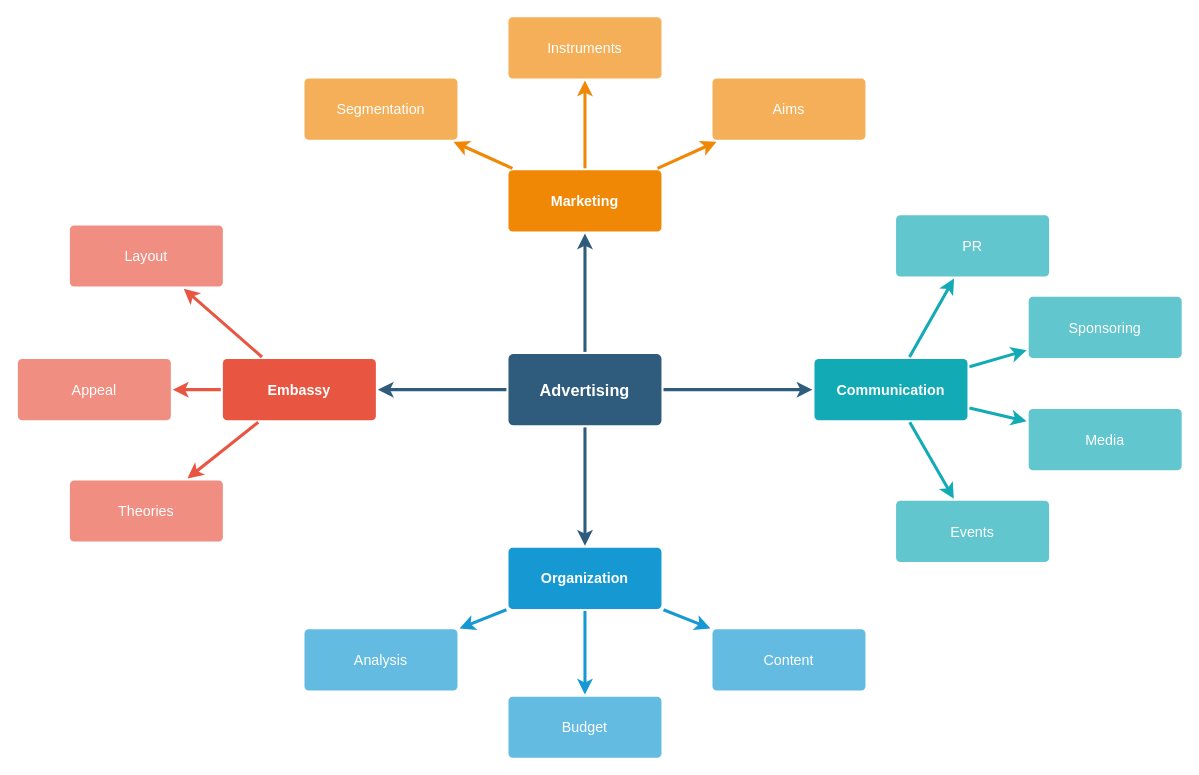
This is 购物车能力.drawio from mingtian110/pc_home, a draw.io file, before an edit. Source tidied: cells renumbered, new cells numbered last; positions are measured from the earlier drawing's top-left corner, leaving out a move shared by most shapes. Both pictures are drawn from the tidied source at 102%, with x=0, y=0 at pixel (17, 16).
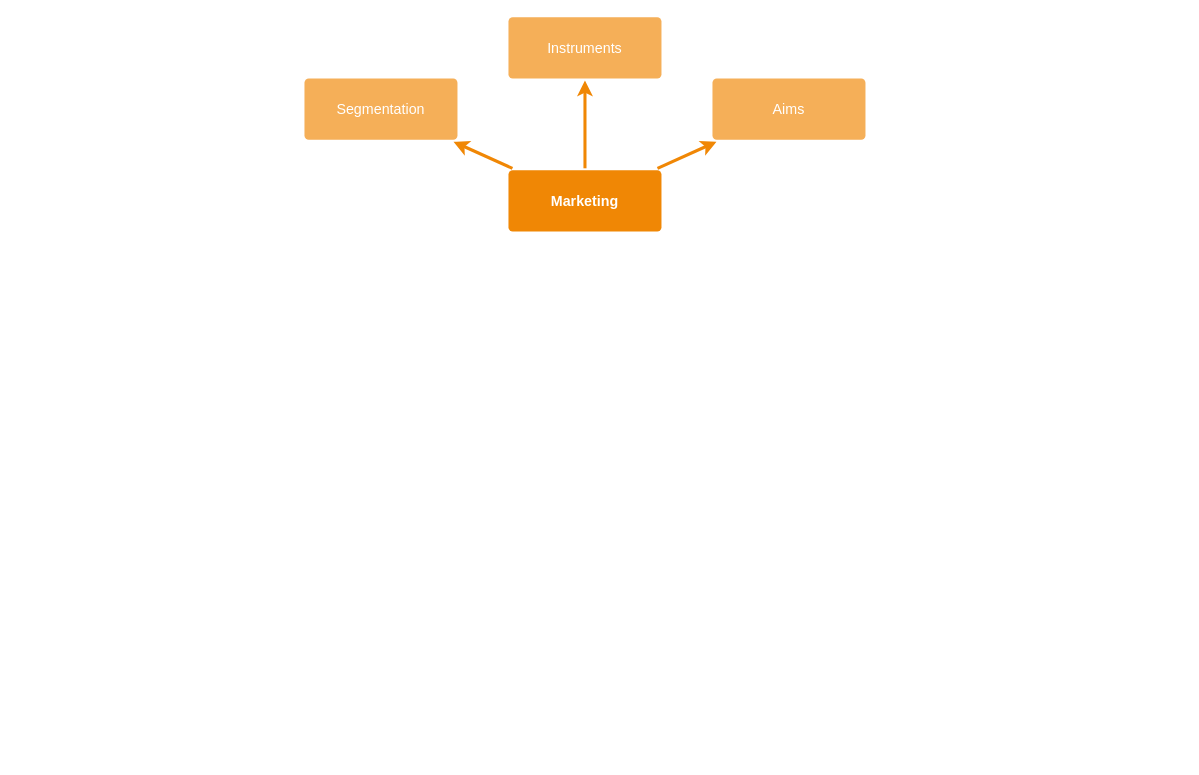
The same page after the edit.

Commit message:
更新购物车能力.drawio

The change refers to these unchanged cells:
```xml
<mxCell id="21" value="Marketing" style="rounded=1;whiteSpace=wrap;html=1;shadow=0;labelBackgroundColor=none;strokeColor=none;strokeWidth=3;fillColor=#F08705;fontFamily=Helvetica;fontSize=14;fontColor=#FFFFFF;align=center;spacing=5;fontStyle=1;arcSize=7;perimeterSpacing=2;" parent="1" vertex="1">
  <mxGeometry x="481" y="150.5" width="150" height="60" as="geometry" />
</mxCell>
```

What changed in the source:
```diff
@@
-    <mxCell id="2" style="edgeStyle=none;rounded=0;jumpStyle=none;html=1;shadow=0;labelBackgroundColor=none;startArrow=none;startFill=0;endArrow=classic;endFill=1;jettySize=auto;strokeColor=#2F5B7C;strokeWidth=3;fontFamily=Helvetica;fontSize=16;fontColor=#23445D;spacing=5;" parent="1" edge="1" source="6" target="21">
-      <mxGeometry relative="1" as="geometry" />
-    </mxCell>
-    <mxCell id="3" style="edgeStyle=none;rounded=0;jumpStyle=none;html=1;shadow=0;labelBackgroundColor=none;startArrow=none;startFill=0;endArrow=classic;endFill=1;jettySize=auto;strokeColor=#2F5B7C;strokeWidth=3;fontFamily=Helvetica;fontSize=16;fontColor=#23445D;spacing=5;" parent="1" edge="1" source="6" target="28">
-      <mxGeometry relative="1" as="geometry" />
-    </mxCell>
-    <mxCell id="4" style="edgeStyle=none;rounded=0;jumpStyle=none;html=1;shadow=0;labelBackgroundColor=none;startArrow=none;startFill=0;endArrow=classic;endFill=1;jettySize=auto;strokeColor=#2F5B7C;strokeWidth=3;fontFamily=Helvetica;fontSize=16;fontColor=#23445D;spacing=5;" parent="1" edge="1" source="6" target="17">
-      <mxGeometry relative="1" as="geometry" />
-    </mxCell>
-    <mxCell id="5" style="edgeStyle=none;rounded=0;jumpStyle=none;html=1;shadow=0;labelBackgroundColor=none;startArrow=none;startFill=0;endArrow=classic;endFill=1;jettySize=auto;strokeColor=#2F5B7C;strokeWidth=3;fontFamily=Helvetica;fontSize=16;fontColor=#23445D;spacing=5;" parent="1" edge="1" source="6" target="10">
-      <mxGeometry relative="1" as="geometry" />
-    </mxCell>
-    <mxCell id="6" value="Advertising" style="rounded=1;whiteSpace=wrap;html=1;shadow=0;labelBackgroundColor=none;strokeColor=none;strokeWidth=3;fillColor=#2F5B7C;fontFamily=Helvetica;fontSize=16;fontColor=#FFFFFF;align=center;fontStyle=1;spacing=5;arcSize=7;perimeterSpacing=2;" parent="1" vertex="1">
-      <mxGeometry x="481" y="330.5" width="150" height="70" as="geometry" />
-    </mxCell>
-    <mxCell id="7" style="edgeStyle=none;rounded=1;jumpStyle=none;html=1;shadow=0;labelBackgroundColor=none;startArrow=none;startFill=0;jettySize=auto;strokeColor=#E85642;strokeWidth=3;fontFamily=Helvetica;fontSize=14;fontColor=#FFFFFF;spacing=5;fontStyle=1;fillColor=#b0e3e6;" parent="1" edge="1" source="10" target="13">
-      <mxGeometry relative="1" as="geometry" />
-    </mxCell>
-    <mxCell id="8" style="edgeStyle=none;rounded=1;jumpStyle=none;html=1;shadow=0;labelBackgroundColor=none;startArrow=none;startFill=0;jettySize=auto;strokeColor=#E85642;strokeWidth=3;fontFamily=Helvetica;fontSize=14;fontColor=#FFFFFF;spacing=5;fontStyle=1;fillColor=#b0e3e6;" parent="1" edge="1" source="10" target="12">
-      <mxGeometry relative="1" as="geometry" />
-    </mxCell>
-    <mxCell id="9" style="edgeStyle=none;rounded=1;jumpStyle=none;html=1;shadow=0;labelBackgroundColor=none;startArrow=none;startFill=0;jettySize=auto;strokeColor=#E85642;strokeWidth=3;fontFamily=Helvetica;fontSize=14;fontColor=#FFFFFF;spacing=5;fontStyle=1;fillColor=#b0e3e6;" parent="1" edge="1" source="10" target="11">
-      <mxGeometry relative="1" as="geometry" />
-    </mxCell>
-    <mxCell id="10" value="Embassy" style="rounded=1;whiteSpace=wrap;html=1;shadow=0;labelBackgroundColor=none;strokeColor=none;strokeWidth=3;fillColor=#e85642;fontFamily=Helvetica;fontSize=14;fontColor=#FFFFFF;align=center;spacing=5;fontStyle=1;arcSize=7;perimeterSpacing=2;" parent="1" vertex="1">
-      <mxGeometry x="201" y="335.5" width="150" height="60" as="geometry" />
-    </mxCell>
-    <mxCell id="11" value="Theories" style="rounded=1;whiteSpace=wrap;html=1;shadow=0;labelBackgroundColor=none;strokeColor=none;strokeWidth=3;fillColor=#f08e81;fontFamily=Helvetica;fontSize=14;fontColor=#FFFFFF;align=center;spacing=5;fontStyle=0;arcSize=7;perimeterSpacing=2;" parent="1" vertex="1">
-      <mxGeometry x="51" y="454.5" width="150" height="60" as="geometry" />
-    </mxCell>
-    <mxCell id="12" value="Appeal" style="rounded=1;whiteSpace=wrap;html=1;shadow=0;labelBackgroundColor=none;strokeColor=none;strokeWidth=3;fillColor=#f08e81;fontFamily=Helvetica;fontSize=14;fontColor=#FFFFFF;align=center;spacing=5;fontStyle=0;arcSize=7;perimeterSpacing=2;" parent="1" vertex="1">
-      <mxGeometry y="335.5" width="150" height="60" as="geometry" />
-    </mxCell>
-    <mxCell id="13" value="Layout" style="rounded=1;whiteSpace=wrap;html=1;shadow=0;labelBackgroundColor=none;strokeColor=none;strokeWidth=3;fillColor=#f08e81;fontFamily=Helvetica;fontSize=14;fontColor=#FFFFFF;align=center;spacing=5;fontStyle=0;arcSize=7;perimeterSpacing=2;" parent="1" vertex="1">
-      <mxGeometry x="51" y="204.5" width="150" height="60" as="geometry" />
-    </mxCell>
-    <mxCell id="14" style="edgeStyle=none;rounded=0;jumpStyle=none;html=1;shadow=0;labelBackgroundColor=none;startArrow=none;startFill=0;endArrow=classic;endFill=1;jettySize=auto;strokeColor=#1699D3;strokeWidth=3;fontFamily=Helvetica;fontSize=14;fontColor=#FFFFFF;spacing=5;" parent="1" edge="1" source="17" target="20">
-      <mxGeometry relative="1" as="geometry" />
-    </mxCell>
-    <mxCell id="15" style="edgeStyle=none;rounded=0;jumpStyle=none;html=1;shadow=0;labelBackgroundColor=none;startArrow=none;startFill=0;endArrow=classic;endFill=1;jettySize=auto;strokeColor=#1699D3;strokeWidth=3;fontFamily=Helvetica;fontSize=14;fontColor=#FFFFFF;spacing=5;" parent="1" edge="1" source="17" target="19">
-      <mxGeometry relative="1" as="geometry" />
-    </mxCell>
-    <mxCell id="16" style="edgeStyle=none;rounded=0;jumpStyle=none;html=1;shadow=0;labelBackgroundColor=none;startArrow=none;startFill=0;endArrow=classic;endFill=1;jettySize=auto;strokeColor=#1699D3;strokeWidth=3;fontFamily=Helvetica;fontSize=14;fontColor=#FFFFFF;spacing=5;" parent="1" edge="1" source="17" target="18">
-      <mxGeometry relative="1" as="geometry" />
-    </mxCell>
-    <mxCell id="17" value="Organization" style="rounded=1;whiteSpace=wrap;html=1;shadow=0;labelBackgroundColor=none;strokeColor=none;strokeWidth=3;fillColor=#1699d3;fontFamily=Helvetica;fontSize=14;fontColor=#FFFFFF;align=center;spacing=5;fontStyle=1;arcSize=7;perimeterSpacing=2;" parent="1" vertex="1">
-      <mxGeometry x="481" y="520.5" width="150" height="60" as="geometry" />
-    </mxCell>
-    <mxCell id="18" value="Content" style="rounded=1;whiteSpace=wrap;html=1;shadow=0;labelBackgroundColor=none;strokeColor=none;strokeWidth=3;fillColor=#64bbe2;fontFamily=Helvetica;fontSize=14;fontColor=#FFFFFF;align=center;spacing=5;arcSize=7;perimeterSpacing=2;" parent="1" vertex="1">
-      <mxGeometry x="681" y="600.5" width="150" height="60" as="geometry" />
-    </mxCell>
-    <mxCell id="19" value="Budget" style="rounded=1;whiteSpace=wrap;html=1;shadow=0;labelBackgroundColor=none;strokeColor=none;strokeWidth=3;fillColor=#64bbe2;fontFamily=Helvetica;fontSize=14;fontColor=#FFFFFF;align=center;spacing=5;arcSize=7;perimeterSpacing=2;" parent="1" vertex="1">
-      <mxGeometry x="481" y="666.5" width="150" height="60" as="geometry" />
-    </mxCell>
-    <mxCell id="20" value="Analysis" style="rounded=1;whiteSpace=wrap;html=1;shadow=0;labelBackgroundColor=none;strokeColor=none;strokeWidth=3;fillColor=#64bbe2;fontFamily=Helvetica;fontSize=14;fontColor=#FFFFFF;align=center;spacing=5;arcSize=7;perimeterSpacing=2;" parent="1" vertex="1">
-      <mxGeometry x="281" y="600.5" width="150" height="60" as="geometry" />
-    </mxCell>
@@
-    <mxCell id="28" value="Communication" style="rounded=1;whiteSpace=wrap;html=1;shadow=0;labelBackgroundColor=none;strokeColor=none;strokeWidth=3;fillColor=#12aab5;fontFamily=Helvetica;fontSize=14;fontColor=#FFFFFF;align=center;spacing=5;fontStyle=1;arcSize=7;perimeterSpacing=2;" parent="1" vertex="1">
-      <mxGeometry x="781" y="335.5" width="150" height="60" as="geometry" />
-    </mxCell>
-    <mxCell id="29" value="Events" style="rounded=1;whiteSpace=wrap;html=1;shadow=0;labelBackgroundColor=none;strokeColor=none;strokeWidth=3;fillColor=#61c6ce;fontFamily=Helvetica;fontSize=14;fontColor=#FFFFFF;align=center;spacing=5;fontStyle=0;arcSize=7;perimeterSpacing=2;" parent="1" vertex="1">
-      <mxGeometry x="861" y="474.5" width="150" height="60" as="geometry" />
-    </mxCell>
-    <mxCell id="30" style="edgeStyle=none;rounded=1;jumpStyle=none;html=1;shadow=0;labelBackgroundColor=none;startArrow=none;startFill=0;jettySize=auto;strokeColor=#12AAB5;strokeWidth=3;fontFamily=Helvetica;fontSize=14;fontColor=#FFFFFF;spacing=5;fontStyle=1;fillColor=#b0e3e6;" parent="1" edge="1" source="28" target="29">
-      <mxGeometry relative="1" as="geometry" />
-    </mxCell>
-    <mxCell id="31" value="Media" style="rounded=1;whiteSpace=wrap;html=1;shadow=0;labelBackgroundColor=none;strokeColor=none;strokeWidth=3;fillColor=#61c6ce;fontFamily=Helvetica;fontSize=14;fontColor=#FFFFFF;align=center;spacing=5;fontStyle=0;arcSize=7;perimeterSpacing=2;" parent="1" vertex="1">
-      <mxGeometry x="991" y="384.5" width="150" height="60" as="geometry" />
-    </mxCell>
-    <mxCell id="32" style="edgeStyle=none;rounded=1;jumpStyle=none;html=1;shadow=0;labelBackgroundColor=none;startArrow=none;startFill=0;jettySize=auto;strokeColor=#12AAB5;strokeWidth=3;fontFamily=Helvetica;fontSize=14;fontColor=#FFFFFF;spacing=5;fontStyle=1;fillColor=#b0e3e6;" parent="1" edge="1" source="28" target="31">
-      <mxGeometry relative="1" as="geometry" />
-    </mxCell>
-    <mxCell id="33" value="Sponsoring" style="rounded=1;whiteSpace=wrap;html=1;shadow=0;labelBackgroundColor=none;strokeColor=none;strokeWidth=3;fillColor=#61c6ce;fontFamily=Helvetica;fontSize=14;fontColor=#FFFFFF;align=center;spacing=5;fontStyle=0;arcSize=7;perimeterSpacing=2;" parent="1" vertex="1">
-      <mxGeometry x="991" y="274.5" width="150" height="60" as="geometry" />
-    </mxCell>
-    <mxCell id="34" style="edgeStyle=none;rounded=1;jumpStyle=none;html=1;shadow=0;labelBackgroundColor=none;startArrow=none;startFill=0;jettySize=auto;strokeColor=#12AAB5;strokeWidth=3;fontFamily=Helvetica;fontSize=14;fontColor=#FFFFFF;spacing=5;fontStyle=1;fillColor=#b0e3e6;" parent="1" edge="1" source="28" target="33">
-      <mxGeometry relative="1" as="geometry" />
-    </mxCell>
-    <mxCell id="35" value="PR" style="rounded=1;whiteSpace=wrap;html=1;shadow=0;labelBackgroundColor=none;strokeColor=none;strokeWidth=3;fillColor=#61c6ce;fontFamily=Helvetica;fontSize=14;fontColor=#FFFFFF;align=center;spacing=5;fontStyle=0;arcSize=7;perimeterSpacing=2;" parent="1" vertex="1">
-      <mxGeometry x="861" y="194.5" width="150" height="60" as="geometry" />
-    </mxCell>
-    <mxCell id="36" style="edgeStyle=none;rounded=1;jumpStyle=none;html=1;shadow=0;labelBackgroundColor=none;startArrow=none;startFill=0;jettySize=auto;strokeColor=#12AAB5;strokeWidth=3;fontFamily=Helvetica;fontSize=14;fontColor=#FFFFFF;spacing=5;fontStyle=1;fillColor=#b0e3e6;" parent="1" edge="1" source="28" target="35">
-      <mxGeometry relative="1" as="geometry" />
-    </mxCell>
```
